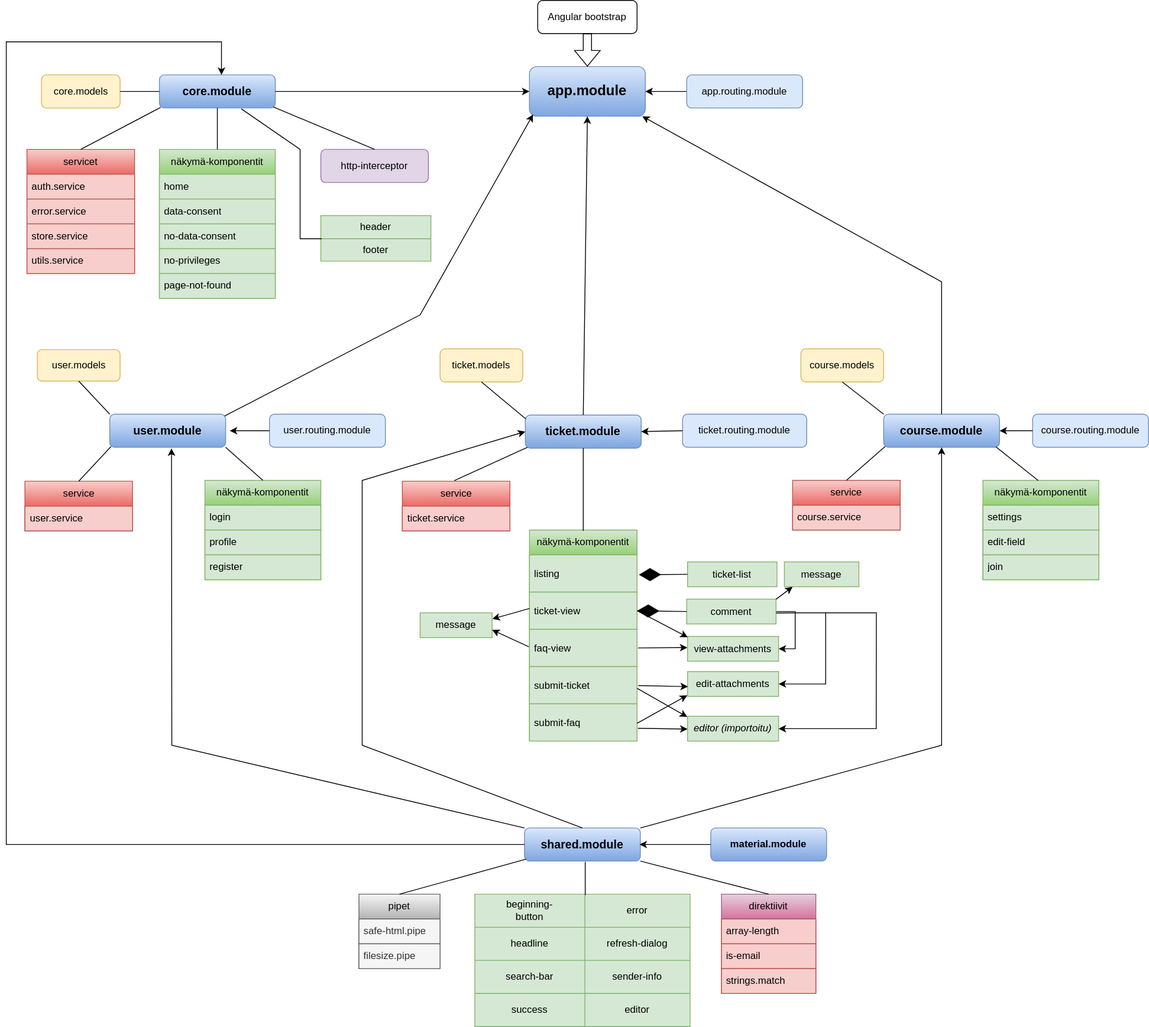
Digivertaisverkko/UKK-tiketit keeps this draw.io diagram as documentation/kuvaus/Tukki-web-UI-arkkitehtuuri.svg. Above is the earlier version. Source tidied: cells renumbered, new cells last; positions are measured from the earlier drawing's top-left corner, leaving out a move shared by most shapes.
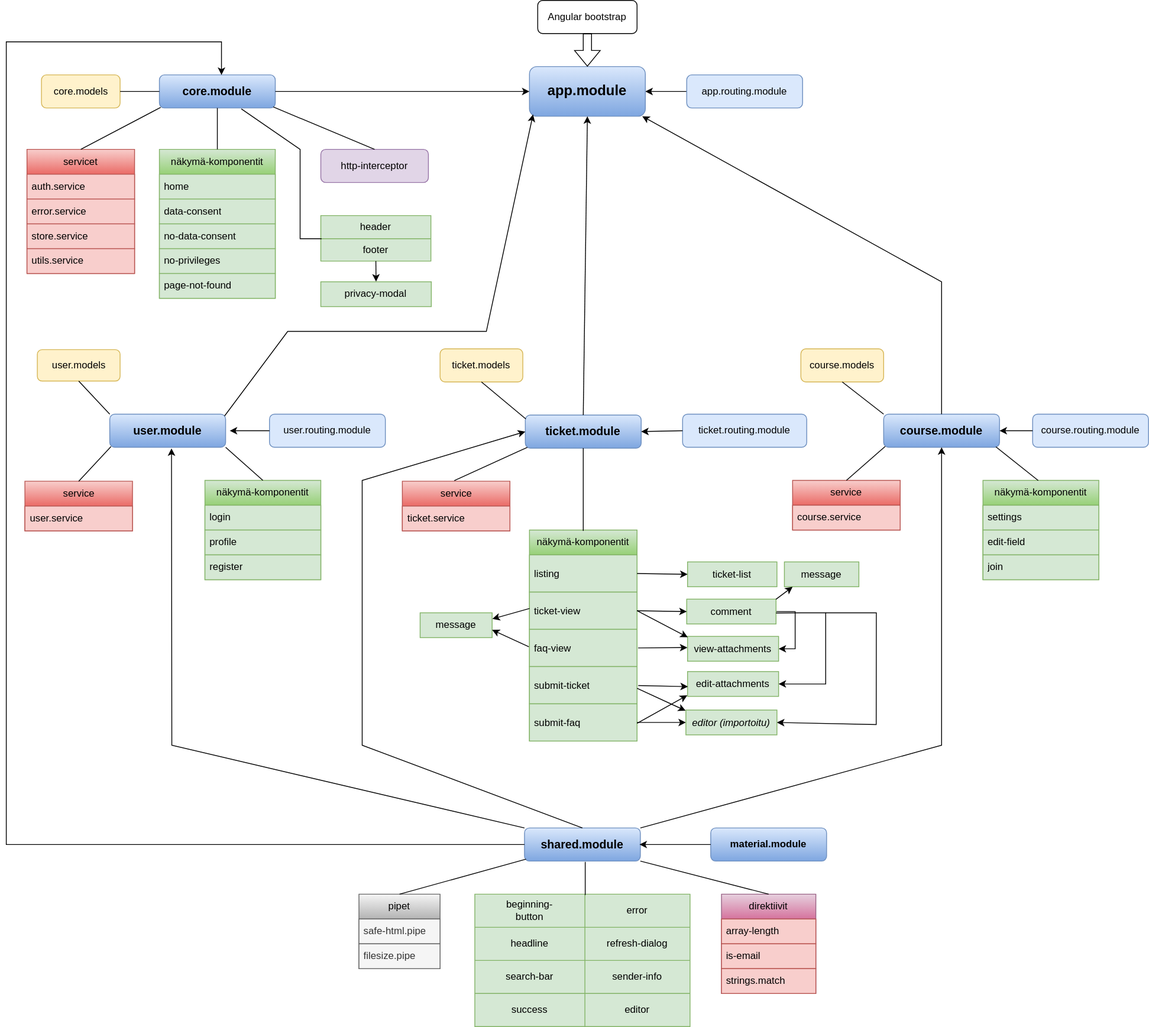
After the change.

Commit message:
kuvauksen päivitys

The edit, as a diff of the source:
```diff
@@ -86,7 +86,8 @@
     <mxCell id="27" style="endArrow=classic;html=1;rounded=0;exitX=0.991;exitY=0.053;exitDx=0;exitDy=0;entryX=0.031;entryY=0.963;entryDx=0;entryDy=0;entryPerimeter=0;exitPerimeter=0;" parent="1" edge="1" source="22" target="3">
       <mxGeometry relative="1" as="geometry">
         <Array as="points">
-          <mxPoint x="500" y="380" />
+          <mxPoint x="340" y="400" />
+          <mxPoint x="580" y="400" />
         </Array>
       </mxGeometry>
     </mxCell>
@@ -398,14 +399,6 @@
     <mxCell id="115" style="endArrow=none;html=1;rounded=0;entryX=0.5;entryY=1;entryDx=0;entryDy=0;exitX=0;exitY=0;exitDx=0;exitDy=0;endFill=0;" parent="1" edge="1" source="24" target="108">
       <mxGeometry relative="1" as="geometry" />
     </mxCell>
-    <mxCell id="116" style="endArrow=diamondThin;endFill=1;endSize=24;html=1;rounded=0;entryX=1;entryY=0.5;entryDx=0;entryDy=0;exitX=0;exitY=0.5;exitDx=0;exitDy=0;" parent="1" edge="1" source="46" target="38">
-      <mxGeometry relative="1" as="geometry" />
-    </mxCell>
-    <mxCell id="117" style="endArrow=diamondThin;endFill=1;endSize=24;html=1;rounded=0;exitX=0;exitY=0.5;exitDx=0;exitDy=0;" parent="1" edge="1" source="44">
-      <mxGeometry relative="1" as="geometry">
-        <mxPoint x="764.2" y="694" as="targetPoint" />
-      </mxGeometry>
-    </mxCell>
     <mxCell id="118" style="endArrow=none;html=1;rounded=0;entryX=0.524;entryY=1.025;entryDx=0;entryDy=0;exitX=0.513;exitY=0.025;exitDx=0;exitDy=0;exitPerimeter=0;entryPerimeter=0;" parent="1" edge="1" source="75" target="73">
       <mxGeometry relative="1" as="geometry" />
     </mxCell>
@@ -427,13 +420,10 @@
       <mxGeometry relative="1" as="geometry" />
     </mxCell>
     <mxCell id="123" value="&lt;i&gt;editor (importoitu)&lt;br&gt;&lt;/i&gt;" style="text;strokeColor=#82b366;fillColor=#d5e8d4;align=center;verticalAlign=middle;spacingLeft=4;spacingRight=4;overflow=hidden;points=[[0,0.5],[1,0.5]];portConstraint=eastwest;whiteSpace=wrap;html=1;" parent="1" vertex="1">
-      <mxGeometry x="823.1" y="865" width="110" height="30" as="geometry" />
+      <mxGeometry x="821.1" y="857.5" width="110" height="30" as="geometry" />
     </mxCell>
-    <mxCell id="124" style="endArrow=classic;html=1;rounded=0;exitX=1.011;exitY=0.51;exitDx=0;exitDy=0;exitPerimeter=0;entryX=0.004;entryY=0.606;entryDx=0;entryDy=0;entryPerimeter=0;" parent="1" edge="1">
-      <mxGeometry relative="1" as="geometry">
-        <mxPoint x="763.1" y="879.5" as="sourcePoint" />
-        <mxPoint x="823.1" y="880.5" as="targetPoint" />
-      </mxGeometry>
+    <mxCell id="124" style="endArrow=classic;html=1;rounded=0;exitX=1;exitY=0.5;exitDx=0;exitDy=0;entryX=0;entryY=0.5;entryDx=0;entryDy=0;" parent="1" edge="1" source="41" target="123">
+      <mxGeometry relative="1" as="geometry" />
     </mxCell>
     <mxCell id="125" style="endArrow=classic;html=1;rounded=0;exitX=1;exitY=0.75;exitDx=0;exitDy=0;entryX=-0.003;entryY=0.025;entryDx=0;entryDy=0;entryPerimeter=0;" parent="1" edge="1" source="36" target="123">
       <mxGeometry relative="1" as="geometry" />
@@ -443,9 +433,21 @@
         <mxPoint x="990" y="740" as="sourcePoint" />
         <Array as="points">
           <mxPoint x="1051.2" y="740" />
-          <mxPoint x="1051" y="880" />
+          <mxPoint x="1051" y="875" />
         </Array>
       </mxGeometry>
     </mxCell>
+    <mxCell id="127" value="privacy-modal" style="text;strokeColor=#82b366;fillColor=#d5e8d4;align=center;verticalAlign=middle;spacingLeft=4;spacingRight=4;overflow=hidden;points=[[0,0.5],[1,0.5]];portConstraint=eastwest;whiteSpace=wrap;html=1;" parent="1" vertex="1">
+      <mxGeometry x="380" y="340" width="133.5" height="30" as="geometry" />
+    </mxCell>
+    <mxCell id="128" style="endArrow=classic;html=1;rounded=0;exitX=0.5;exitY=1;exitDx=0;exitDy=0;entryX=0.5;entryY=-0.007;entryDx=0;entryDy=0;entryPerimeter=0;" parent="1" edge="1" source="94" target="127">
+      <mxGeometry relative="1" as="geometry" />
+    </mxCell>
+    <mxCell id="129" style="endArrow=classic;html=1;rounded=0;entryX=0;entryY=0.5;entryDx=0;entryDy=0;exitX=1;exitY=0.5;exitDx=0;exitDy=0;" parent="1" edge="1" source="37" target="44">
+      <mxGeometry relative="1" as="geometry" />
+    </mxCell>
+    <mxCell id="130" style="endArrow=classic;html=1;rounded=0;entryX=0;entryY=0.5;entryDx=0;entryDy=0;exitX=1;exitY=0.5;exitDx=0;exitDy=0;" parent="1" edge="1" source="38" target="46">
+      <mxGeometry relative="1" as="geometry" />
+    </mxCell>
   </root>
 </mxGraphModel>
```
